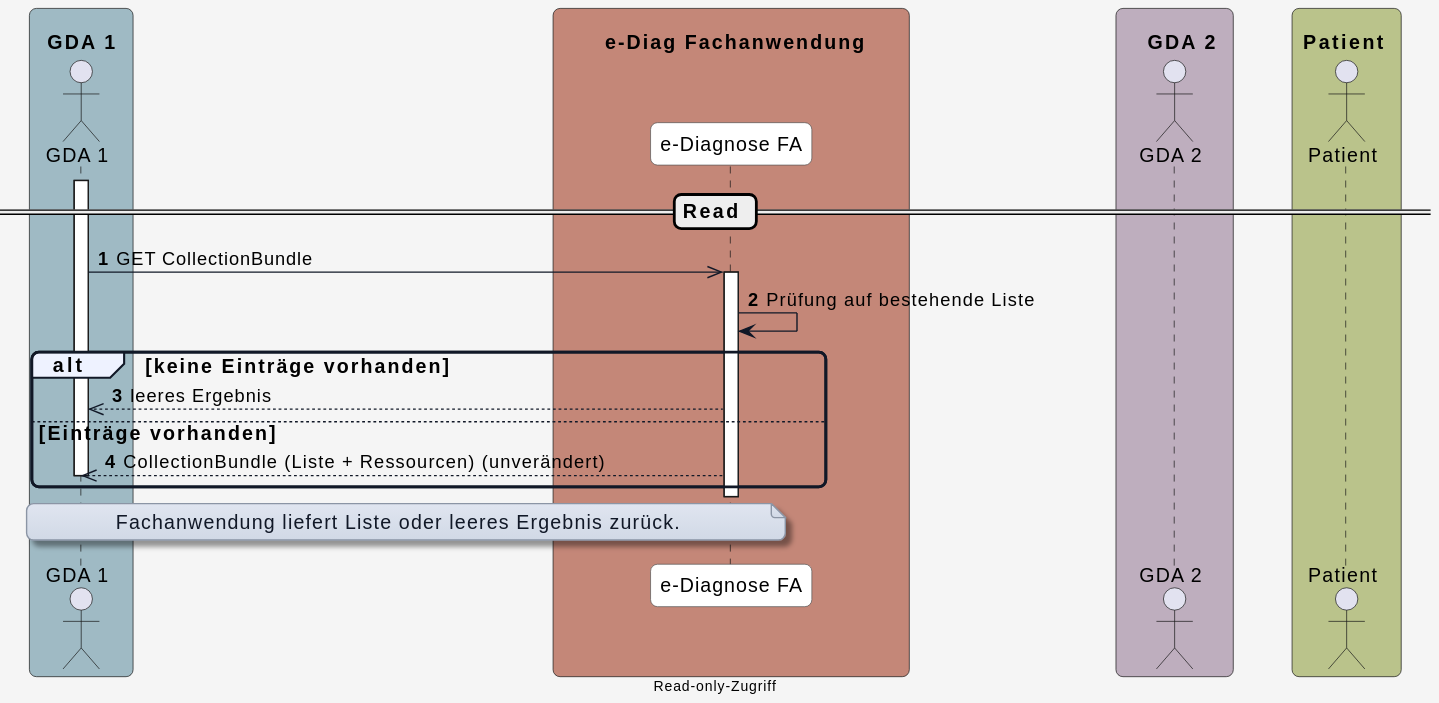
The PlantUML diagram input/images/plantuml/diagram_read.svg in HL7Austria/ELGA-e-Diagnose-R4, before a commit.
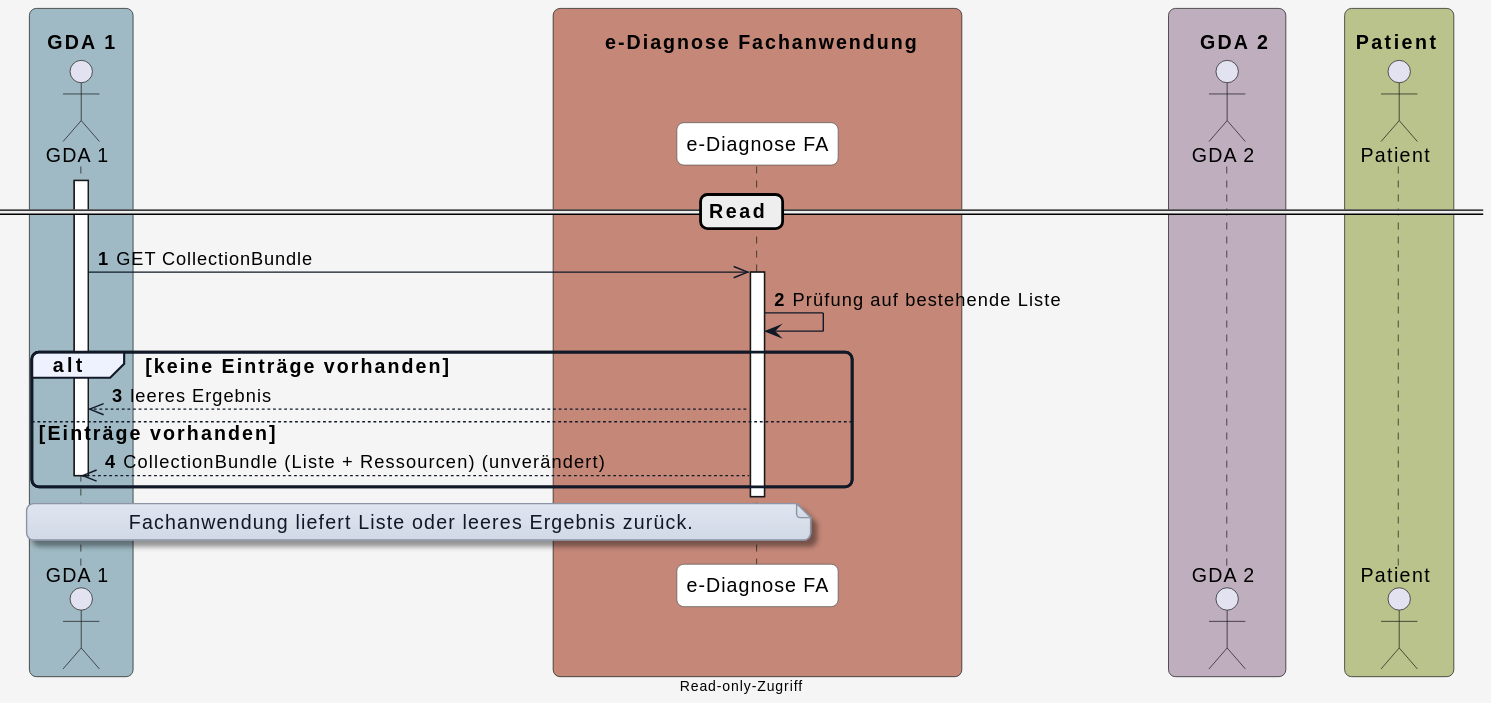
Later version of the same file.

Diff of the diagram source:
```diff
@@ -42,7 +42,7 @@
   actor GDA_1 as "GDA 1"
 end box
 
-box "\n       e-Diag Fachanwendung      " #C48778
+box "\n       e-Diagnose Fachanwendung      " #C48778
   participant eDiag_FA as "e-Diagnose FA"
 end box
 
```
